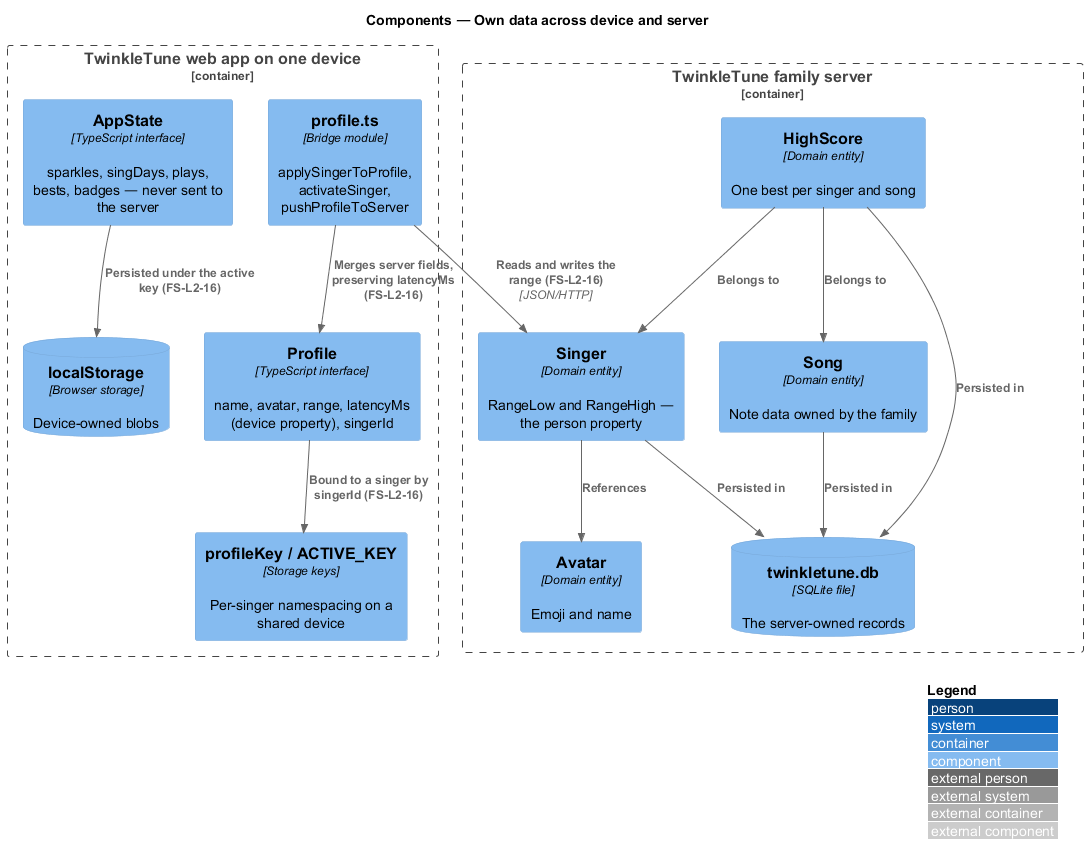
The PlantUML diagram docs/detailed-designs/family-server-platform/own-data-across-device-and-server/diagrams/c4-component.png in QuinntyneBrown/TwinkleTune, before a commit. The source it was exported from:
```plantuml
@startuml
!include <C4/C4_Component>
LAYOUT_WITH_LEGEND()
title Components — Own data across device and server

Container_Boundary(device, "TwinkleTune web app on one device") {
  Component(state, "AppState", "TypeScript interface", "sparkles, singDays, plays, bests, badges — never sent to the server")
  Component(prof, "Profile", "TypeScript interface", "name, avatar, range, latencyMs (device property), singerId")
  Component(keys, "profileKey / ACTIVE_KEY", "Storage keys", "Per-singer namespacing on a shared device")
  Component(bridge, "profile.ts", "Bridge module", "applySingerToProfile, activateSinger, pushProfileToServer")
  ComponentDb(local, "localStorage", "Browser storage", "Device-owned blobs")
}
Container_Boundary(server, "TwinkleTune family server") {
  Component(singer, "Singer", "Domain entity", "RangeLow and RangeHigh — the person property")
  Component(avatar, "Avatar", "Domain entity", "Emoji and name")
  Component(song, "Song", "Domain entity", "Note data owned by the family")
  Component(score, "HighScore", "Domain entity", "One best per singer and song")
  ComponentDb(db, "twinkletune.db", "SQLite file", "The server-owned records")
}

Rel(state, local, "Persisted under the active key (FS-L2-16)")
Rel(prof, keys, "Bound to a singer by singerId (FS-L2-16)")
Rel(bridge, prof, "Merges server fields, preserving latencyMs (FS-L2-16)")
Rel(bridge, singer, "Reads and writes the range (FS-L2-16)", "JSON/HTTP")
Rel(singer, avatar, "References")
Rel(score, singer, "Belongs to")
Rel(score, song, "Belongs to")
Rel(singer, db, "Persisted in")
Rel(song, db, "Persisted in")
Rel(score, db, "Persisted in")
@enduml
```
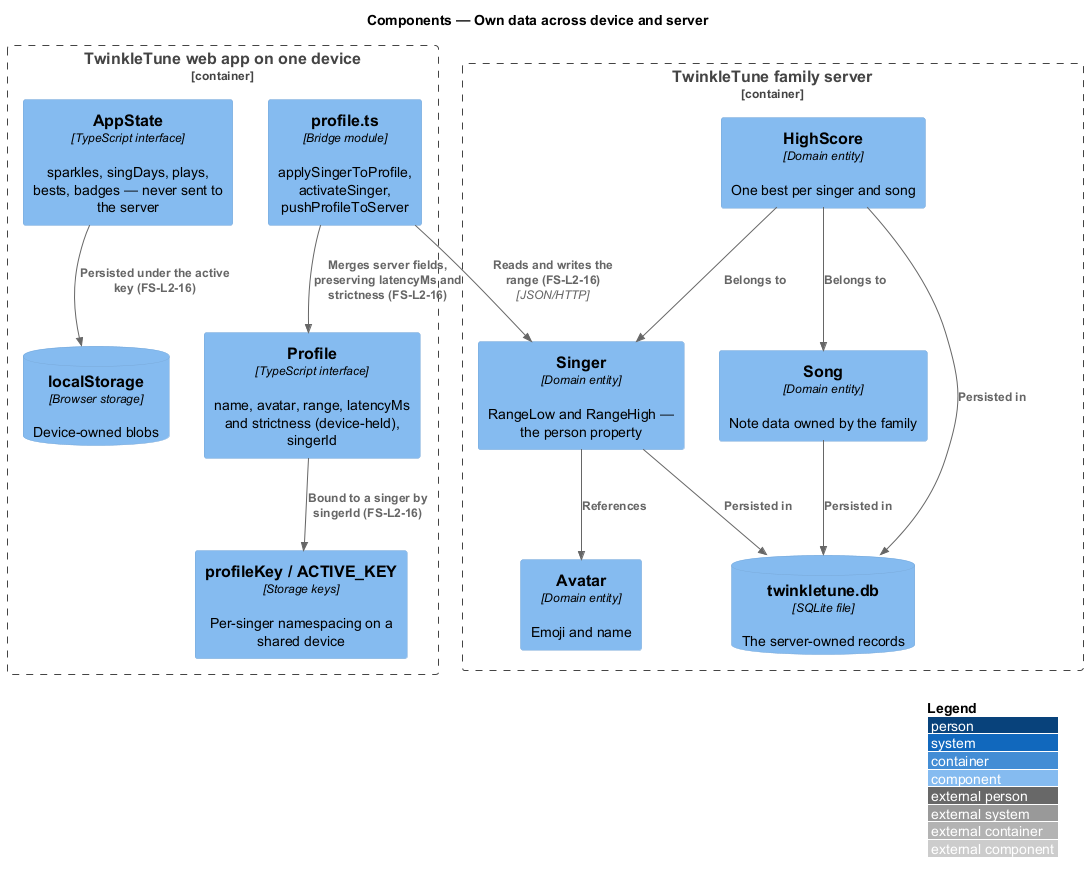
Later version of the same file.

What changed in the source:
```diff
@@ -5,7 +5,7 @@
 
 Container_Boundary(device, "TwinkleTune web app on one device") {
   Component(state, "AppState", "TypeScript interface", "sparkles, singDays, plays, bests, badges — never sent to the server")
-  Component(prof, "Profile", "TypeScript interface", "name, avatar, range, latencyMs (device property), singerId")
+  Component(prof, "Profile", "TypeScript interface", "name, avatar, range, latencyMs and strictness (device-held), singerId")
   Component(keys, "profileKey / ACTIVE_KEY", "Storage keys", "Per-singer namespacing on a shared device")
   Component(bridge, "profile.ts", "Bridge module", "applySingerToProfile, activateSinger, pushProfileToServer")
   ComponentDb(local, "localStorage", "Browser storage", "Device-owned blobs")
@@ -20,7 +20,7 @@
 
 Rel(state, local, "Persisted under the active key (FS-L2-16)")
 Rel(prof, keys, "Bound to a singer by singerId (FS-L2-16)")
-Rel(bridge, prof, "Merges server fields, preserving latencyMs (FS-L2-16)")
+Rel(bridge, prof, "Merges server fields, preserving latencyMs and strictness (FS-L2-16)")
 Rel(bridge, singer, "Reads and writes the range (FS-L2-16)", "JSON/HTTP")
 Rel(singer, avatar, "References")
 Rel(score, singer, "Belongs to")
```
